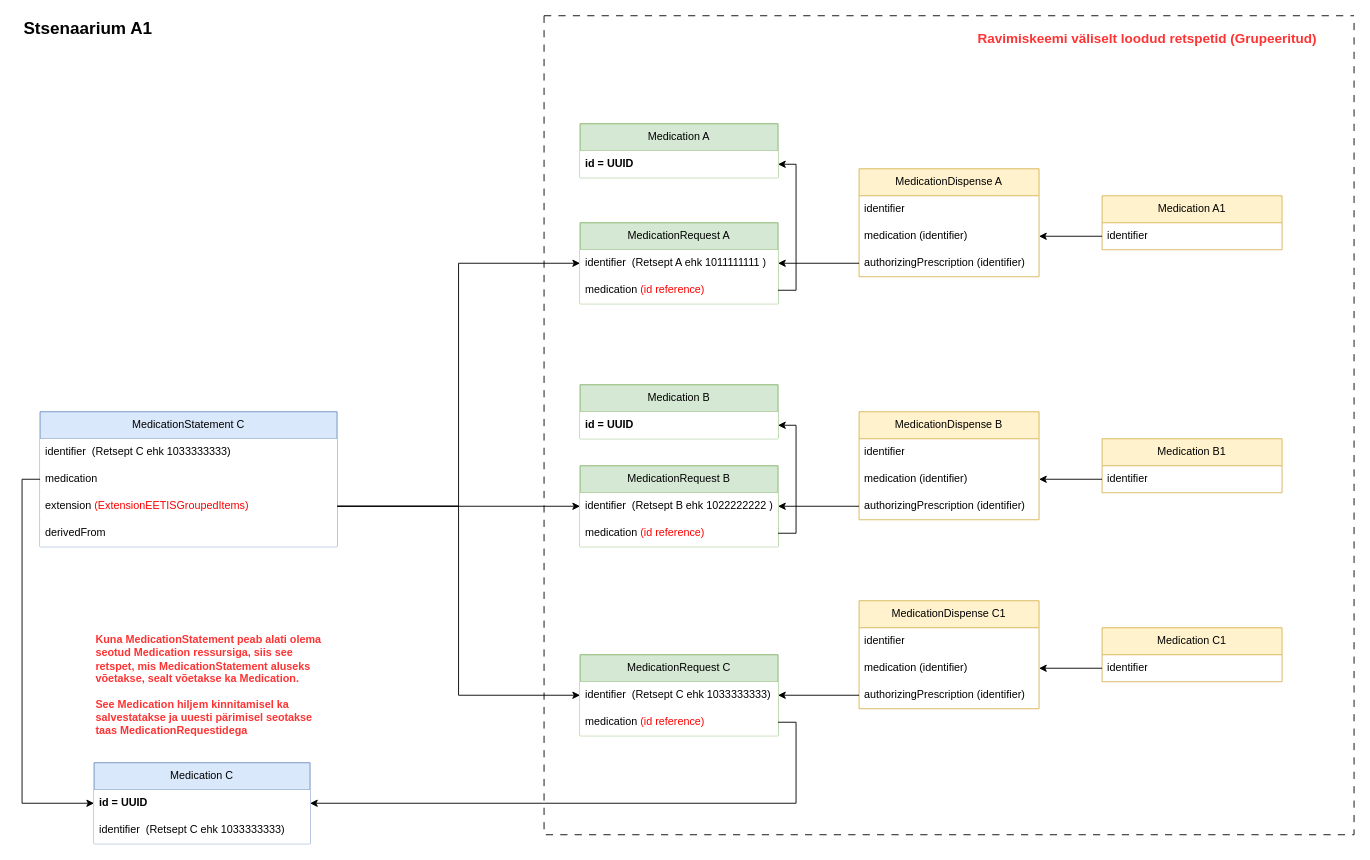
TEHIK-EE/ig-ee-medication-scheme keeps this draw.io diagram as input/images-source/grupeeriminea1.drawio. Above is the earlier version. Source tidied: cells renumbered, new cells numbered last; positions are measured from the earlier drawing's top-left corner, leaving out a move shared by most shapes. Both pictures are drawn from the tidied source at 90%, with x=0, y=0 at pixel (22, 15).
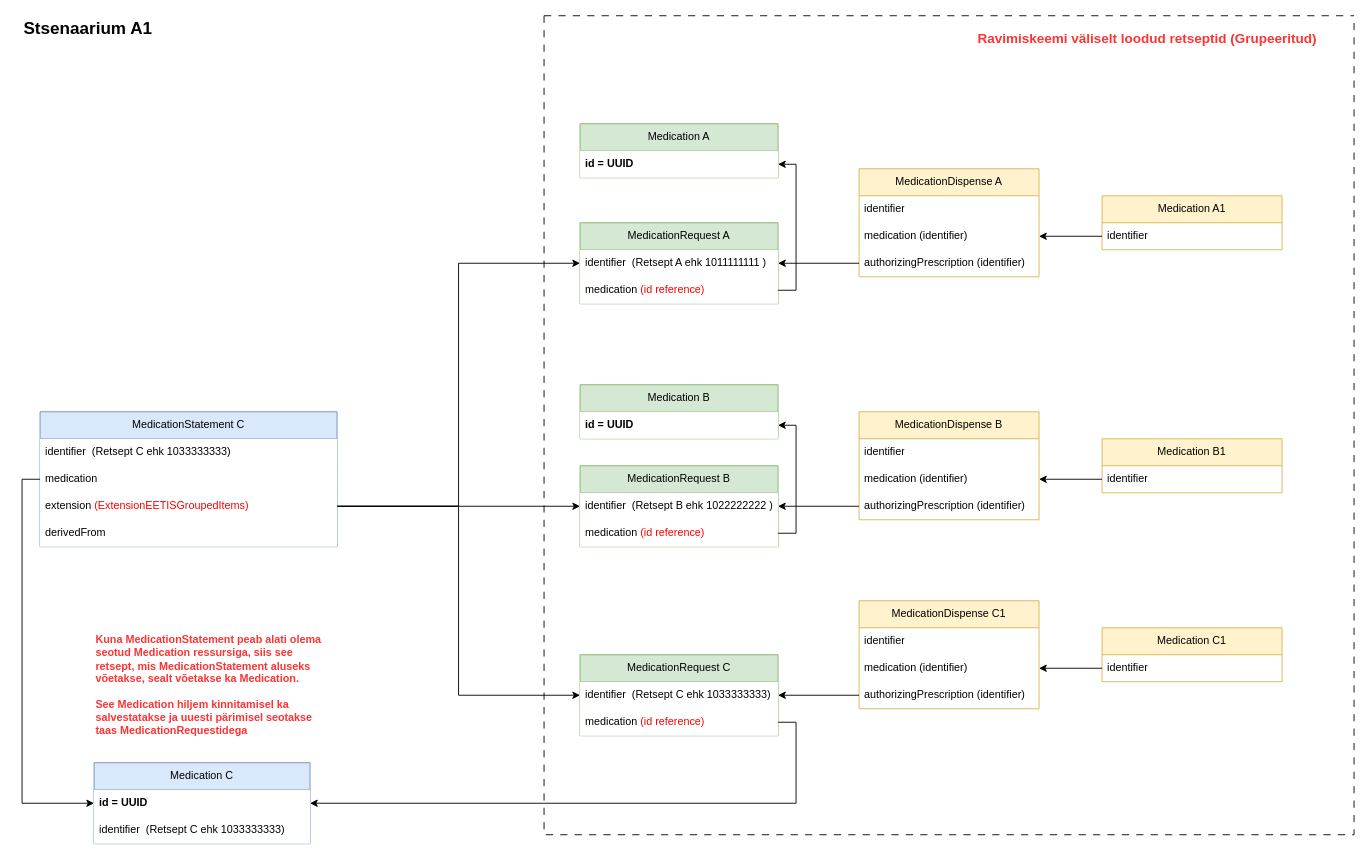
Above is the later version.

The change refers to these unchanged cells:
```xml
<mxCell id="10" style="swimlane;startSize=0;dashed=1;dashPattern=8 8;" parent="1" vertex="1">
  <mxGeometry x="580" width="900" height="910" as="geometry" />
</mxCell>
```

Diff of the diagram source:
```diff
@@
-    <mxCell id="11" value="&lt;span style=&quot;font-size: 15px; font-weight: 700;&quot;&gt;Ravimiskeemi väliselt loodud retspetid (Grupeeritud)&lt;/span&gt;" style="text;html=1;align=left;verticalAlign=middle;whiteSpace=wrap;rounded=0;fontColor=#FF3333;" parent="10" vertex="1">
+    <mxCell id="11" value="&lt;span style=&quot;font-size: 15px; font-weight: 700;&quot;&gt;Ravimiskeemi väliselt loodud retseptid (Grupeeritud)&lt;/span&gt;" style="text;html=1;align=left;verticalAlign=middle;whiteSpace=wrap;rounded=0;fontColor=#FF3333;" parent="10" vertex="1">
       <mxGeometry x="480" y="10" width="410" height="30" as="geometry" />
     </mxCell>
@@
-    <mxCell id="59" value="Kuna MedicationStatement peab alati olema seotud Medication ressursiga, siis see retspet, mis MedicationStatement aluseks võetakse, sealt võetakse ka Medication.&amp;nbsp;&lt;div&gt;&lt;br&gt;&lt;/div&gt;&lt;div&gt;See Medication hiljem kinnitamisel ka salvestatakse ja uuesti pärimisel seotakse taas MedicationRequestidega&lt;/div&gt;" style="text;html=1;align=left;verticalAlign=top;whiteSpace=wrap;rounded=0;fontColor=#FF3333;fontStyle=1;" parent="1" vertex="1">
+    <mxCell id="59" value="Kuna MedicationStatement peab alati olema seotud Medication ressursiga, siis see retsept, mis MedicationStatement aluseks võetakse, sealt võetakse ka Medication.&amp;nbsp;&lt;div&gt;&lt;br&gt;&lt;/div&gt;&lt;div&gt;See Medication hiljem kinnitamisel ka salvestatakse ja uuesti pärimisel seotakse taas MedicationRequestidega&lt;/div&gt;" style="text;html=1;align=left;verticalAlign=top;whiteSpace=wrap;rounded=0;fontColor=#FF3333;fontStyle=1;" parent="1" vertex="1">
       <mxGeometry x="80" y="680" width="260" height="120" as="geometry" />
     </mxCell>
```
